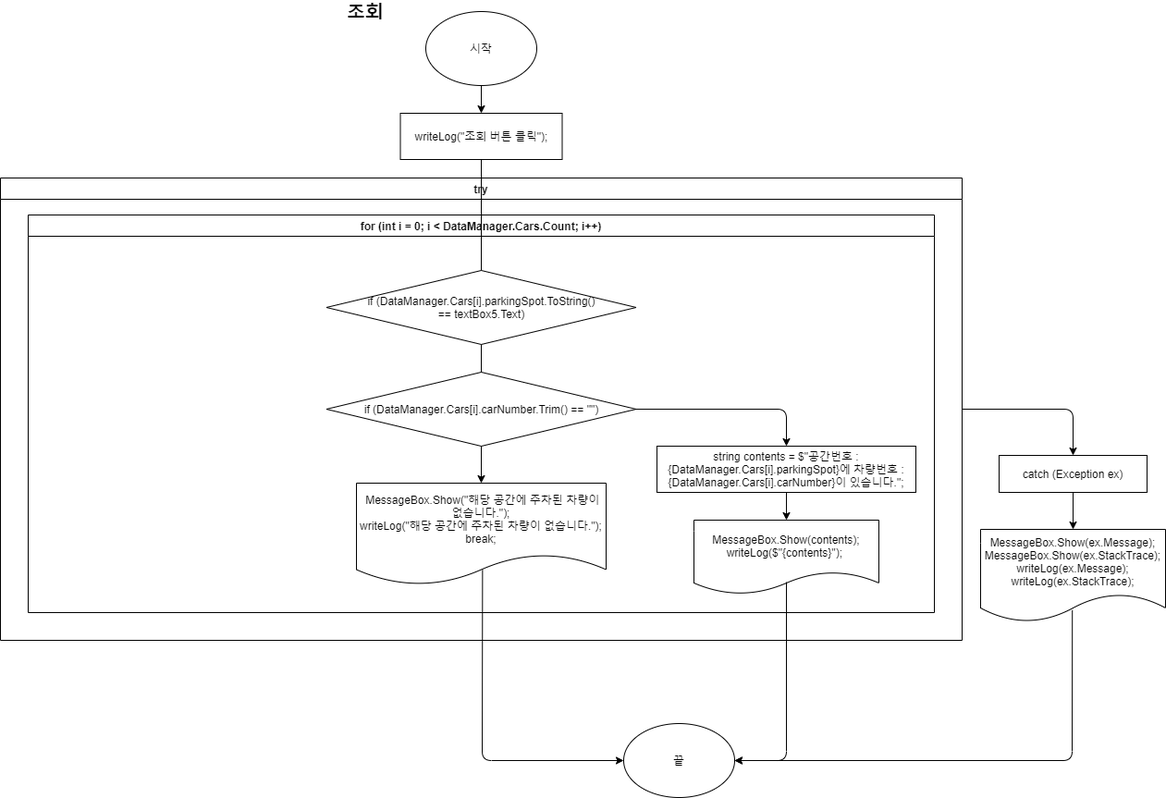
galaxy-light/201126-210604 keeps this draw.io diagram as 포트폴리오/C#/주차 관리 프로그램/알고리즘/Untitled Diagram_조회.png. Above is the earlier version. Source tidied: cells renumbered, new cells last; positions are measured from the earlier drawing's top-left corner, leaving out a move shared by most shapes. Its diagram source:
```xml
<mxGraphModel>
  <root>
    <mxCell id="0" />
    <mxCell id="1" parent="0" />
    <mxCell id="2" value="&lt;b&gt;조회&lt;/b&gt;" style="text;html=1;strokeColor=none;fillColor=none;align=center;verticalAlign=middle;whiteSpace=wrap;rounded=0;fontSize=20;" parent="1" vertex="1">
      <mxGeometry x="360" width="70" height="20" as="geometry" />
    </mxCell>
    <mxCell id="3" style="edgeStyle=orthogonalEdgeStyle;rounded=0;jettySize=auto;html=1;" parent="1" edge="1" source="4" target="5">
      <mxGeometry relative="1" as="geometry" />
    </mxCell>
    <mxCell id="4" value="시작" style="ellipse;whiteSpace=wrap;html=1;" parent="1" vertex="1">
      <mxGeometry x="460" y="10" width="120" height="80" as="geometry" />
    </mxCell>
    <mxCell id="5" value="writeLog(&quot;조회 버튼 클릭&quot;);" style="rounded=0;whiteSpace=wrap;html=1;" parent="1" vertex="1">
      <mxGeometry x="432.5" y="120" width="175" height="50" as="geometry" />
    </mxCell>
    <mxCell id="6" value="try" style="swimlane;" parent="1" vertex="1">
      <mxGeometry y="190" width="1040" height="500" as="geometry" />
    </mxCell>
    <mxCell id="7" value="for (int i = 0; i &lt; DataManager.Cars.Count; i++)" style="swimlane;" parent="6" vertex="1">
      <mxGeometry x="30" y="40" width="980" height="430" as="geometry" />
    </mxCell>
    <mxCell id="8" value="if (DataManager.Cars[i].parkingSpot.ToString()&lt;br&gt;== textBox5.Text)" style="rhombus;whiteSpace=wrap;html=1;" parent="7" vertex="1">
      <mxGeometry x="322.5" y="60" width="335" height="80" as="geometry" />
    </mxCell>
    <mxCell id="9" value="if (DataManager.Cars[i].carNumber.Trim() == &quot;&quot;)" style="rhombus;whiteSpace=wrap;html=1;" parent="7" vertex="1">
      <mxGeometry x="322.5" y="170" width="335" height="80" as="geometry" />
    </mxCell>
    <mxCell id="10" style="endArrow=none;html=1;exitX=0.5;exitY=1;exitDx=0;exitDy=0;entryX=0.5;entryY=0;entryDx=0;entryDy=0;" parent="7" edge="1" source="8" target="9">
      <mxGeometry relative="1" as="geometry" />
    </mxCell>
    <mxCell id="11" value="string contents = $&quot;공간번호 : {DataManager.Cars[i].parkingSpot}에 차량번호 : {DataManager.Cars[i].carNumber}이 있습니다.&quot;;" style="rounded=0;whiteSpace=wrap;html=1;" parent="7" vertex="1">
      <mxGeometry x="680" y="250" width="280" height="50" as="geometry" />
    </mxCell>
    <mxCell id="12" value="&lt;div&gt;MessageBox.Show(contents);&lt;/div&gt;&lt;div&gt;&lt;span&gt;writeLog($&quot;{contents}&quot;);&amp;nbsp;&lt;/span&gt;&lt;/div&gt;" style="shape=document;whiteSpace=wrap;html=1;boundedLbl=1;rounded=0;" parent="7" vertex="1">
      <mxGeometry x="720" y="330" width="200" height="80" as="geometry" />
    </mxCell>
    <mxCell id="13" style="edgeStyle=orthogonalEdgeStyle;rounded=0;jettySize=auto;html=1;entryX=0.5;entryY=0;entryDx=0;entryDy=0;" parent="7" edge="1" source="11" target="12">
      <mxGeometry relative="1" as="geometry" />
    </mxCell>
    <mxCell id="14" style="endArrow=none;html=1;exitX=0.5;exitY=0;exitDx=0;exitDy=0;entryX=0.5;entryY=0;entryDx=0;entryDy=0;" parent="7" edge="1" source="8" target="7">
      <mxGeometry relative="1" as="geometry" />
    </mxCell>
    <mxCell id="15" style="endArrow=classic;html=1;exitX=1;exitY=0.5;exitDx=0;exitDy=0;entryX=0.5;entryY=0;entryDx=0;entryDy=0;" parent="7" edge="1" source="9" target="11">
      <mxGeometry relative="1" as="geometry">
        <Array as="points">
          <mxPoint x="820" y="210" />
        </Array>
      </mxGeometry>
    </mxCell>
    <mxCell id="16" value="&lt;div&gt;&amp;nbsp;MessageBox.Show(&quot;해당 공간에 주차된 차량이 없습니다.&quot;);&lt;/div&gt;&lt;div&gt;&lt;span&gt;writeLog(&quot;해당 공간에 주차된 차량이 없습니다.&quot;);&lt;/span&gt;&lt;/div&gt;&lt;div&gt;&lt;span&gt;break;&lt;/span&gt;&lt;/div&gt;" style="shape=document;whiteSpace=wrap;html=1;boundedLbl=1;" parent="7" vertex="1">
      <mxGeometry x="355" y="290" width="270" height="110" as="geometry" />
    </mxCell>
    <mxCell id="17" style="edgeStyle=orthogonalEdgeStyle;rounded=0;jettySize=auto;html=1;" parent="7" edge="1" source="9" target="16">
      <mxGeometry relative="1" as="geometry" />
    </mxCell>
    <mxCell id="18" style="endArrow=none;html=1;entryX=0.5;entryY=0;entryDx=0;entryDy=0;exitX=0.5;exitY=0;exitDx=0;exitDy=0;" parent="6" edge="1" source="7" target="6">
      <mxGeometry relative="1" as="geometry" />
    </mxCell>
    <mxCell id="19" style="endArrow=none;html=1;entryX=0.5;entryY=1;entryDx=0;entryDy=0;exitX=0.5;exitY=0;exitDx=0;exitDy=0;" parent="1" edge="1" source="6" target="5">
      <mxGeometry relative="1" as="geometry" />
    </mxCell>
    <mxCell id="20" style="endArrow=classic;html=1;exitX=0.505;exitY=0.855;exitDx=0;exitDy=0;exitPerimeter=0;entryX=0;entryY=0.5;entryDx=0;entryDy=0;" parent="1" edge="1" source="16" target="26">
      <mxGeometry relative="1" as="geometry">
        <Array as="points">
          <mxPoint x="521" y="820" />
        </Array>
      </mxGeometry>
    </mxCell>
    <mxCell id="21" style="endArrow=classic;html=1;exitX=0.5;exitY=0.838;exitDx=0;exitDy=0;exitPerimeter=0;entryX=1;entryY=0.5;entryDx=0;entryDy=0;" parent="1" edge="1" source="12" target="26">
      <mxGeometry relative="1" as="geometry">
        <Array as="points">
          <mxPoint x="850" y="820" />
        </Array>
      </mxGeometry>
    </mxCell>
    <mxCell id="22" style="endArrow=classic;html=1;exitX=1;exitY=0.5;exitDx=0;exitDy=0;entryX=0.5;entryY=0;entryDx=0;entryDy=0;" parent="1" edge="1" source="6" target="24">
      <mxGeometry relative="1" as="geometry">
        <Array as="points">
          <mxPoint x="1160" y="440" />
        </Array>
      </mxGeometry>
    </mxCell>
    <mxCell id="23" style="edgeStyle=orthogonalEdgeStyle;rounded=0;jettySize=auto;html=1;" parent="1" edge="1" source="24" target="25">
      <mxGeometry relative="1" as="geometry" />
    </mxCell>
    <mxCell id="24" value="catch (Exception ex)" style="rounded=0;whiteSpace=wrap;html=1;" parent="1" vertex="1">
      <mxGeometry x="1080" y="490" width="160" height="40" as="geometry" />
    </mxCell>
    <mxCell id="25" value="&lt;div&gt;MessageBox.Show(ex.Message);&lt;/div&gt;&lt;div&gt;&lt;span&gt;MessageBox.Show(ex.StackTrace);&lt;/span&gt;&lt;/div&gt;&lt;div&gt;&lt;span&gt;writeLog(ex.Message);&lt;/span&gt;&lt;/div&gt;&lt;div&gt;&lt;span&gt;writeLog(ex.StackTrace);&lt;/span&gt;&lt;/div&gt;" style="shape=document;whiteSpace=wrap;html=1;boundedLbl=1;rounded=0;" parent="1" vertex="1">
      <mxGeometry x="1060" y="570" width="200" height="100" as="geometry" />
    </mxCell>
    <mxCell id="26" value="끝" style="ellipse;whiteSpace=wrap;html=1;" parent="1" vertex="1">
      <mxGeometry x="674" y="780" width="120" height="80" as="geometry" />
    </mxCell>
    <mxCell id="27" style="endArrow=classic;html=1;exitX=0.496;exitY=0.874;exitDx=0;exitDy=0;exitPerimeter=0;entryX=1;entryY=0.5;entryDx=0;entryDy=0;" parent="1" edge="1" source="25" target="26">
      <mxGeometry relative="1" as="geometry">
        <Array as="points">
          <mxPoint x="1159" y="820" />
        </Array>
      </mxGeometry>
    </mxCell>
  </root>
</mxGraphModel>
```
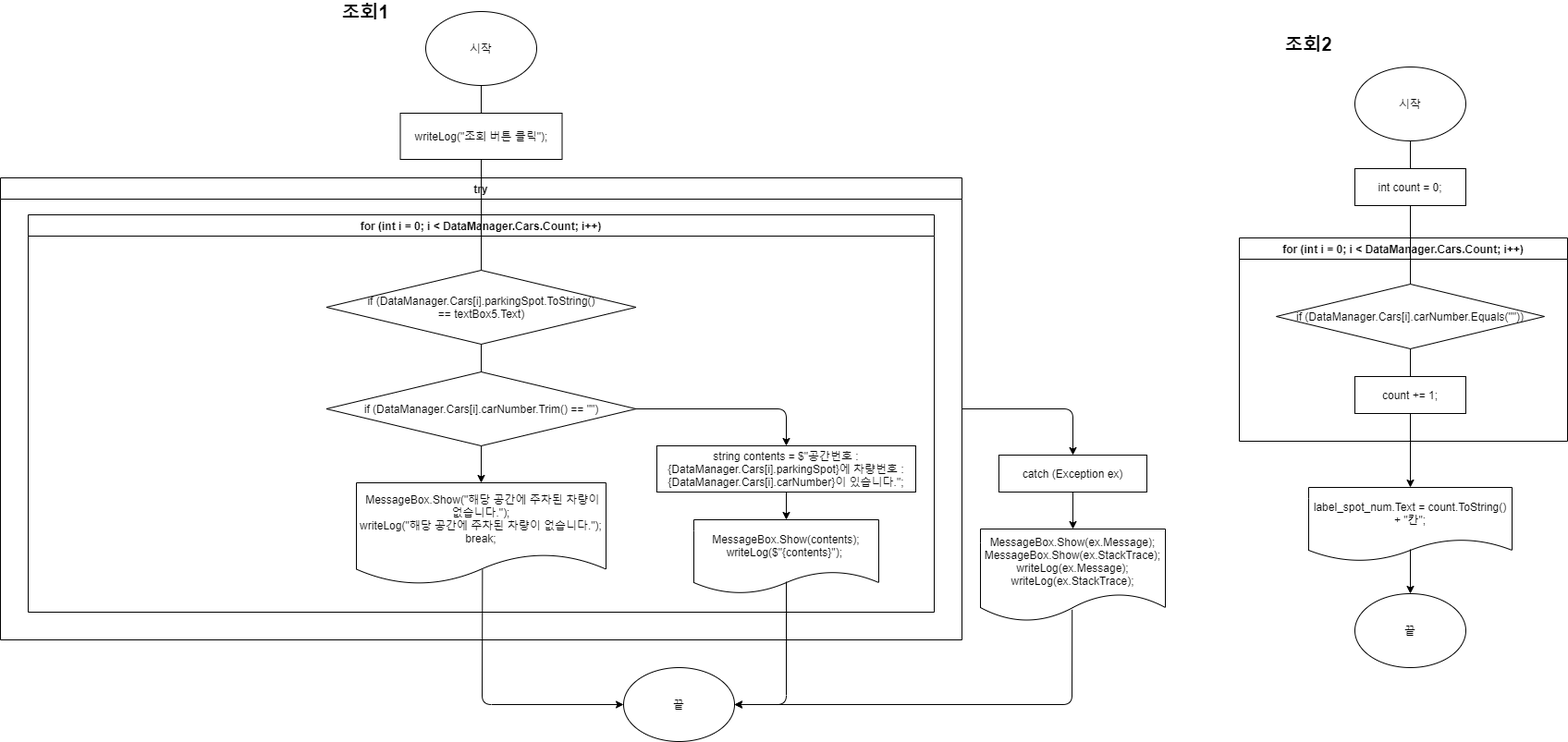
After the change.

Change to the diagram source:
```diff
@@ -2,12 +2,9 @@
   <root>
     <mxCell id="0" />
     <mxCell id="1" parent="0" />
-    <mxCell id="2" value="&lt;b&gt;조회&lt;/b&gt;" style="text;html=1;strokeColor=none;fillColor=none;align=center;verticalAlign=middle;whiteSpace=wrap;rounded=0;fontSize=20;" parent="1" vertex="1">
+    <mxCell id="2" value="&lt;b&gt;조회1&lt;/b&gt;" style="text;html=1;strokeColor=none;fillColor=none;align=center;verticalAlign=middle;whiteSpace=wrap;rounded=0;fontSize=20;" parent="1" vertex="1">
       <mxGeometry x="360" width="70" height="20" as="geometry" />
     </mxCell>
-    <mxCell id="3" style="edgeStyle=orthogonalEdgeStyle;rounded=0;jettySize=auto;html=1;" parent="1" edge="1" source="4" target="5">
-      <mxGeometry relative="1" as="geometry" />
-    </mxCell>
     <mxCell id="4" value="시작" style="ellipse;whiteSpace=wrap;html=1;" parent="1" vertex="1">
       <mxGeometry x="460" y="10" width="120" height="80" as="geometry" />
     </mxCell>
@@ -63,14 +60,14 @@
     <mxCell id="20" style="endArrow=classic;html=1;exitX=0.505;exitY=0.855;exitDx=0;exitDy=0;exitPerimeter=0;entryX=0;entryY=0.5;entryDx=0;entryDy=0;" parent="1" edge="1" source="16" target="26">
       <mxGeometry relative="1" as="geometry">
         <Array as="points">
-          <mxPoint x="521" y="820" />
+          <mxPoint x="521" y="760" />
         </Array>
       </mxGeometry>
     </mxCell>
     <mxCell id="21" style="endArrow=classic;html=1;exitX=0.5;exitY=0.838;exitDx=0;exitDy=0;exitPerimeter=0;entryX=1;entryY=0.5;entryDx=0;entryDy=0;" parent="1" edge="1" source="12" target="26">
       <mxGeometry relative="1" as="geometry">
         <Array as="points">
-          <mxPoint x="850" y="820" />
+          <mxPoint x="850" y="760" />
         </Array>
       </mxGeometry>
     </mxCell>
@@ -91,14 +88,58 @@
       <mxGeometry x="1060" y="570" width="200" height="100" as="geometry" />
     </mxCell>
     <mxCell id="26" value="끝" style="ellipse;whiteSpace=wrap;html=1;" parent="1" vertex="1">
-      <mxGeometry x="674" y="780" width="120" height="80" as="geometry" />
+      <mxGeometry x="674" y="720" width="120" height="80" as="geometry" />
     </mxCell>
     <mxCell id="27" style="endArrow=classic;html=1;exitX=0.496;exitY=0.874;exitDx=0;exitDy=0;exitPerimeter=0;entryX=1;entryY=0.5;entryDx=0;entryDy=0;" parent="1" edge="1" source="25" target="26">
       <mxGeometry relative="1" as="geometry">
         <Array as="points">
-          <mxPoint x="1159" y="820" />
+          <mxPoint x="1159" y="760" />
         </Array>
       </mxGeometry>
     </mxCell>
+    <mxCell id="28" value="&lt;b&gt;조회2&lt;/b&gt;" style="text;html=1;strokeColor=none;fillColor=none;align=center;verticalAlign=middle;whiteSpace=wrap;rounded=0;fontSize=20;" parent="1" vertex="1">
+      <mxGeometry x="1380" y="35" width="70" height="20" as="geometry" />
+    </mxCell>
+    <mxCell id="29" value="시작" style="ellipse;whiteSpace=wrap;html=1;" parent="1" vertex="1">
+      <mxGeometry x="1465" y="70" width="120" height="80" as="geometry" />
+    </mxCell>
+    <mxCell id="30" value="int count = 0;" style="rounded=0;whiteSpace=wrap;html=1;" parent="1" vertex="1">
+      <mxGeometry x="1465" y="180" width="120" height="40" as="geometry" />
+    </mxCell>
+    <mxCell id="31" style="endArrow=none;html=1;exitX=0.5;exitY=1;exitDx=0;exitDy=0;entryX=0.5;entryY=0;entryDx=0;entryDy=0;" parent="1" edge="1" source="29" target="30">
+      <mxGeometry relative="1" as="geometry" />
+    </mxCell>
+    <mxCell id="3" style="endArrow=none;html=1;exitX=0.5;exitY=1;exitDx=0;exitDy=0;entryX=0.5;entryY=0;entryDx=0;entryDy=0;" parent="1" edge="1" source="4" target="5">
+      <mxGeometry relative="1" as="geometry" />
+    </mxCell>
+    <mxCell id="32" value="for (int i = 0; i &lt; DataManager.Cars.Count; i++)" style="swimlane;" parent="1" vertex="1">
+      <mxGeometry x="1340" y="255" width="355" height="220" as="geometry" />
+    </mxCell>
+    <mxCell id="33" value="if (DataManager.Cars[i].carNumber.Equals(&quot;&quot;))" style="rhombus;whiteSpace=wrap;html=1;" parent="32" vertex="1">
+      <mxGeometry x="40" y="50" width="290" height="70" as="geometry" />
+    </mxCell>
+    <mxCell id="34" value="count += 1;" style="rounded=0;whiteSpace=wrap;html=1;" parent="32" vertex="1">
+      <mxGeometry x="125" y="150" width="120" height="40" as="geometry" />
+    </mxCell>
+    <mxCell id="35" style="endArrow=none;html=1;exitX=0.5;exitY=1;exitDx=0;exitDy=0;entryX=0.5;entryY=0;entryDx=0;entryDy=0;" parent="32" edge="1" source="33" target="34">
+      <mxGeometry relative="1" as="geometry" />
+    </mxCell>
+    <mxCell id="36" style="endArrow=none;html=1;exitX=0.5;exitY=1;exitDx=0;exitDy=0;entryX=0.5;entryY=0;entryDx=0;entryDy=0;" parent="1" edge="1" source="30" target="33">
+      <mxGeometry relative="1" as="geometry" />
+    </mxCell>
+    <mxCell id="37" value="label_spot_num.Text = count.ToString() + &quot;칸&quot;;" style="shape=document;whiteSpace=wrap;html=1;boundedLbl=1;" parent="1" vertex="1">
+      <mxGeometry x="1415" y="525" width="220" height="80" as="geometry" />
+    </mxCell>
+    <mxCell id="38" style="endArrow=classic;html=1;exitX=0.5;exitY=1;exitDx=0;exitDy=0;entryX=0.5;entryY=0;entryDx=0;entryDy=0;" parent="1" edge="1" source="34" target="37">
+      <mxGeometry relative="1" as="geometry" />
+    </mxCell>
+    <mxCell id="39" value="끝" style="ellipse;whiteSpace=wrap;html=1;" parent="1" vertex="1">
+      <mxGeometry x="1465" y="640" width="120" height="80" as="geometry" />
+    </mxCell>
+    <mxCell id="40" style="endArrow=classic;html=1;entryX=0.5;entryY=0;entryDx=0;entryDy=0;" parent="1" edge="1" target="39">
+      <mxGeometry relative="1" as="geometry">
+        <mxPoint x="1525" y="592" as="sourcePoint" />
+      </mxGeometry>
+    </mxCell>
   </root>
 </mxGraphModel>
```
